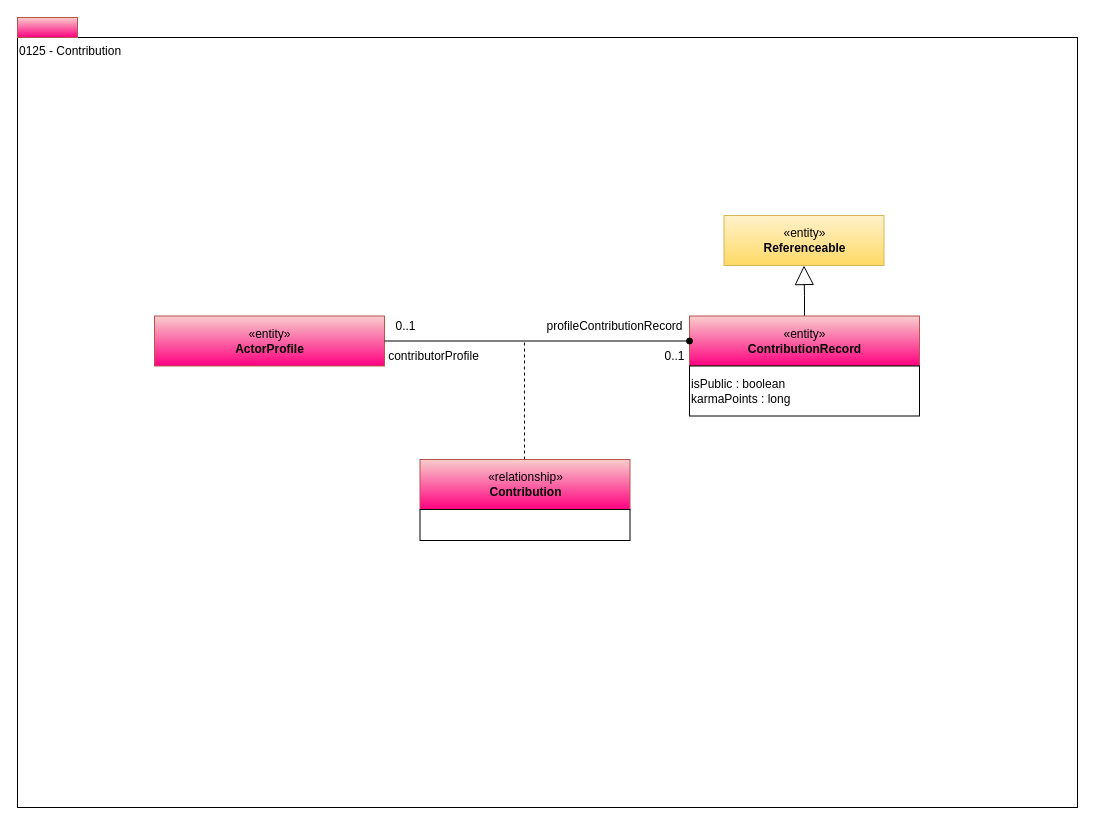
Earlier version of the draw.io diagram page "0125-Contribution" (9 of 16) of site/docs/types/1/area-1-collaboration.drawio (odpi/egeria-docs). Source tidied: cells renumbered, new cells numbered last; positions are measured from the earlier drawing's top-left corner, leaving out a move shared by most shapes. Both pictures are drawn from the tidied source at 100%, with x=0, y=0 at pixel (17, 17).
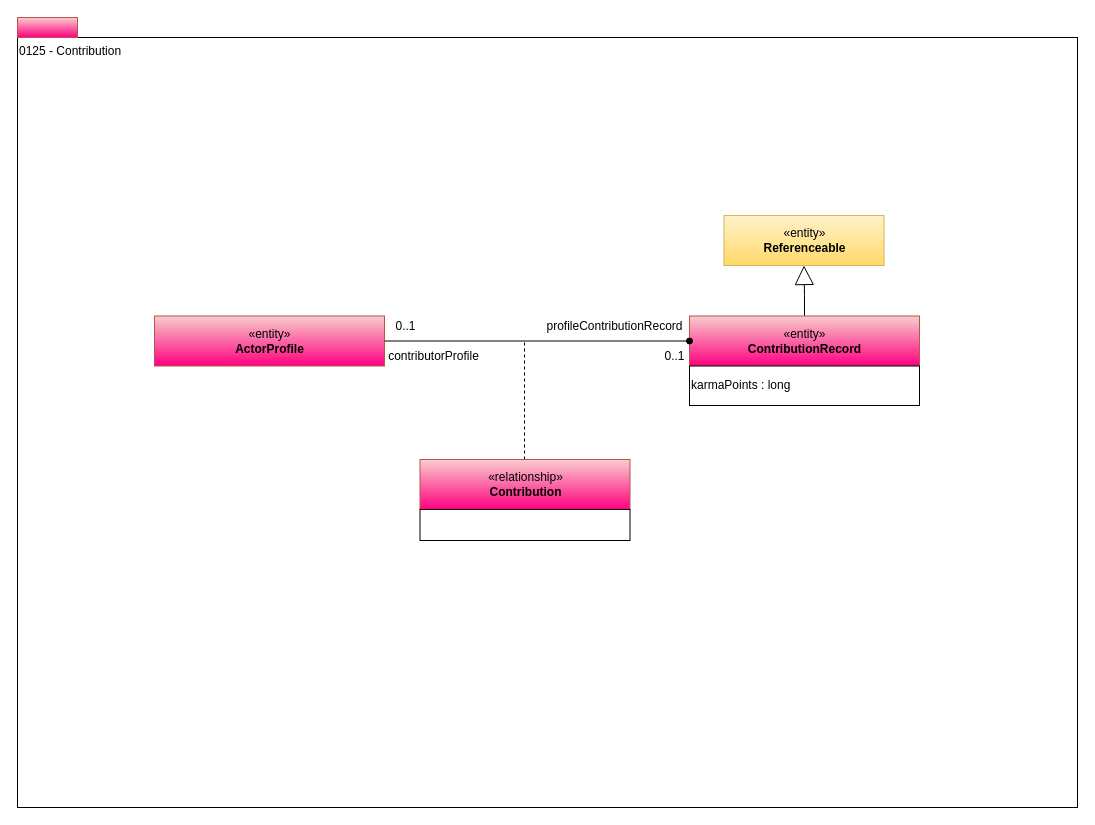
The same page after the edit.

Change to the diagram source:
```diff
@@
 <mxGraphModel>
   <root>
     <mxCell id="0" />
     <mxCell id="1" parent="0" />
     <mxCell id="2" value="0125 - Contribution" style="rounded=0;whiteSpace=wrap;html=1;align=left;verticalAlign=top;" parent="1" vertex="1">
       <mxGeometry y="20" width="1060" height="770" as="geometry" />
     </mxCell>
     <mxCell id="3" value="«entity»&lt;br&gt;&lt;b&gt;ActorProfile&lt;/b&gt;" style="html=1;strokeColor=#b85450;align=center;fillColor=#f8cecc;gradientColor=#FF0080;" parent="1" vertex="1">
       <mxGeometry x="137" y="298.5" width="230" height="50" as="geometry" />
     </mxCell>
     <mxCell id="4" style="html=1;strokeColor=#b85450;align=center;fillColor=#f8cecc;gradientColor=#FF0080;" parent="1" vertex="1">
       <mxGeometry width="60" height="20" as="geometry" />
     </mxCell>
     <mxCell id="5" style="edgeStyle=orthogonalEdgeStyle;rounded=0;html=1;endArrow=none;endFill=0;jettySize=auto;dashed=1;entryX=0.408;entryY=1.15;entryPerimeter=0;" parent="1" edge="1" source="6">
       <mxGeometry relative="1" as="geometry">
         <mxPoint x="507" y="323.5" as="targetPoint" />
       </mxGeometry>
     </mxCell>
     <mxCell id="6" value="«relationship»&lt;br&gt;&lt;b&gt;Contribution&lt;/b&gt;" style="html=1;strokeColor=#b85450;align=center;fillColor=#f8cecc;gradientColor=#FF0080;" parent="1" vertex="1">
       <mxGeometry x="402.5" y="442" width="210" height="50" as="geometry" />
     </mxCell>
     <mxCell id="7" style="rounded=0;whiteSpace=wrap;html=1;strokeColor=#000000;gradientColor=#ffffff;align=left;" parent="1" vertex="1">
       <mxGeometry x="402.5" y="492" width="210" height="31" as="geometry" />
     </mxCell>
     <mxCell id="8" style="edgeStyle=orthogonalEdgeStyle;rounded=0;jettySize=auto;html=1;exitX=0.5;exitY=0;exitDx=0;exitDy=0;entryX=0.5;entryY=1;entryDx=0;entryDy=0;endArrow=block;endFill=0;endSize=17;" parent="1" edge="1" source="9" target="15">
       <mxGeometry relative="1" as="geometry" />
     </mxCell>
     <mxCell id="9" value="«entity»&lt;br&gt;&lt;b&gt;ContributionRecord&lt;/b&gt;&lt;br&gt;" style="html=1;strokeColor=#b85450;align=center;fillColor=#f8cecc;gradientColor=#FF0080;" parent="1" vertex="1">
       <mxGeometry x="672" y="298.5" width="230" height="50" as="geometry" />
     </mxCell>
-    <mxCell id="10" value="isPublic : boolean&lt;br&gt;karmaPoints : long" style="rounded=0;whiteSpace=wrap;html=1;align=left;" parent="1" vertex="1">
-      <mxGeometry x="672" y="348.5" width="230" height="50" as="geometry" />
+    <mxCell id="10" value="karmaPoints : long" style="rounded=0;whiteSpace=wrap;html=1;align=left;" parent="1" vertex="1">
+      <mxGeometry x="672" y="348.5" width="230" height="39.5" as="geometry" />
     </mxCell>
     <mxCell id="11" value="profileContributionRecord" style="text;html=1;align=center;verticalAlign=top;spacingTop=-4;" parent="1" vertex="1">
       <mxGeometry x="517" y="298.5" width="160" height="20" as="geometry" />
     </mxCell>
     <mxCell id="12" value="contributorProfile" style="text;html=1;align=center;verticalAlign=top;spacingTop=-4;" parent="1" vertex="1">
       <mxGeometry x="361" y="328.5" width="110" height="20" as="geometry" />
     </mxCell>
     <mxCell id="13" value="0..1" style="text;html=1;align=center;verticalAlign=top;spacingTop=-4;" parent="1" vertex="1">
       <mxGeometry x="637" y="328.5" width="40" height="20" as="geometry" />
     </mxCell>
     <mxCell id="14" value="0..1" style="text;html=1;align=center;verticalAlign=top;spacingTop=-4;" parent="1" vertex="1">
       <mxGeometry x="368" y="298.5" width="40" height="20" as="geometry" />
     </mxCell>
     <mxCell id="15" value="«entity»&lt;br&gt;&lt;b&gt;Referenceable&lt;/b&gt;" style="html=1;strokeColor=#d6b656;align=center;fillColor=#fff2cc;gradientColor=#ffd966;" parent="1" vertex="1">
       <mxGeometry x="706.5" y="198" width="160" height="50" as="geometry" />
     </mxCell>
     <mxCell id="16" style="edgeStyle=orthogonalEdgeStyle;rounded=0;html=1;exitX=1;exitY=0.5;jettySize=auto;endArrow=oval;endFill=1;" parent="1" edge="1" source="3" target="9">
       <mxGeometry relative="1" as="geometry" />
     </mxCell>
   </root>
 </mxGraphModel>
```
